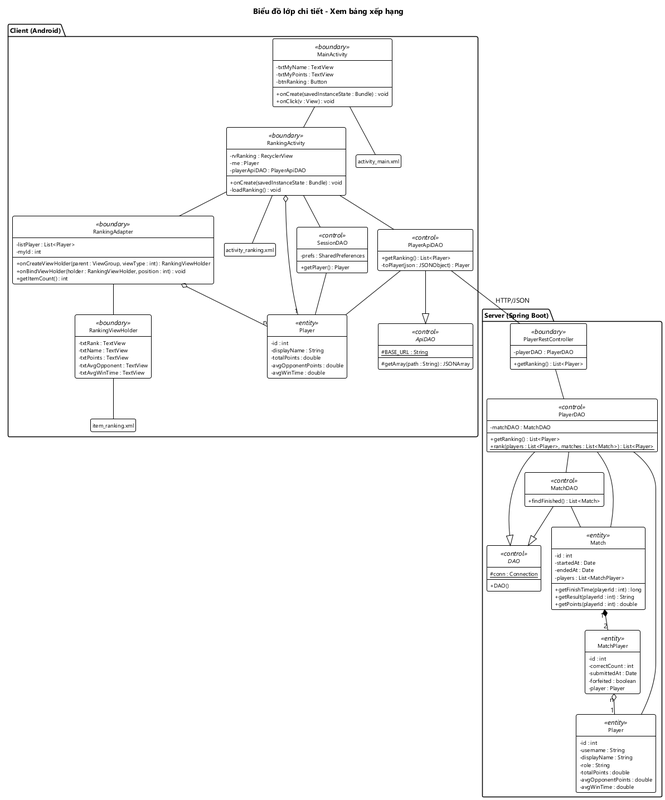
Earlier version of the PlantUML export docs/hung/lop-thiet-ke-uc04.png (HungNguyenBa1811/math-dash).
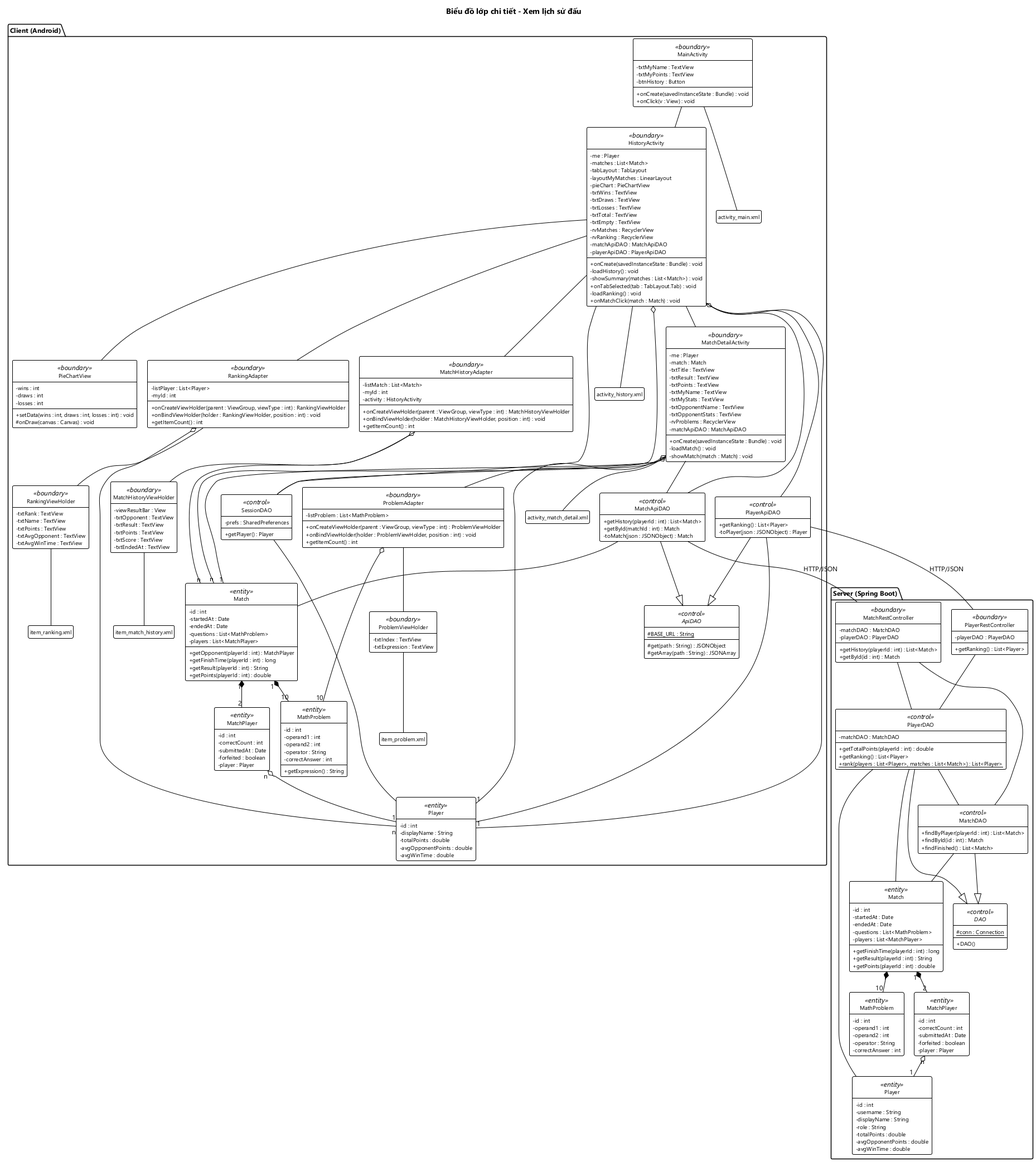
The same diagram one commit later.

The edit, as a diff of the source:
```diff
@@ -1,21 +1,59 @@
 @startuml lop-thiet-ke-uc04
 !include _theme.iuml
-title Biểu đồ lớp chi tiết - Xem bảng xếp hạng
+title Biểu đồ lớp chi tiết - Xem lịch sử đấu
 
 package "Client (Android)" {
   class MainActivity <<boundary>> {
     - txtMyName : TextView
     - txtMyPoints : TextView
-    - btnRanking : Button
+    - btnHistory : Button
     + onCreate(savedInstanceState : Bundle) : void
     + onClick(v : View) : void
   }
-  class RankingActivity <<boundary>> {
+  class HistoryActivity <<boundary>> {
+    - me : Player
+    - matches : List<Match>
+    - tabLayout : TabLayout
+    - layoutMyMatches : LinearLayout
+    - pieChart : PieChartView
+    - txtWins : TextView
+    - txtDraws : TextView
+    - txtLosses : TextView
+    - txtTotal : TextView
+    - txtEmpty : TextView
+    - rvMatches : RecyclerView
     - rvRanking : RecyclerView
-    - me : Player
+    - matchApiDAO : MatchApiDAO
     - playerApiDAO : PlayerApiDAO
     + onCreate(savedInstanceState : Bundle) : void
+    - loadHistory() : void
+    - showSummary(matches : List<Match>) : void
+    + onTabSelected(tab : TabLayout.Tab) : void
     - loadRanking() : void
+    + onMatchClick(match : Match) : void
+  }
+  class PieChartView <<boundary>> {
+    - wins : int
+    - draws : int
+    - losses : int
+    + setData(wins : int, draws : int, losses : int) : void
+    # onDraw(canvas : Canvas) : void
+  }
+  class MatchHistoryAdapter <<boundary>> {
+    - listMatch : List<Match>
+    - myId : int
+    - activity : HistoryActivity
+    + onCreateViewHolder(parent : ViewGroup, viewType : int) : MatchHistoryViewHolder
+    + onBindViewHolder(holder : MatchHistoryViewHolder, position : int) : void
+    + getItemCount() : int
+  }
+  class MatchHistoryViewHolder <<boundary>> {
+    - viewResultBar : View
+    - txtOpponent : TextView
+    - txtResult : TextView
+    - txtPoints : TextView
+    - txtScore : TextView
+    - txtEndedAt : TextView
   }
   class RankingAdapter <<boundary>> {
     - listPlayer : List<Player>
@@ -31,16 +69,51 @@
     - txtAvgOpponent : TextView
     - txtAvgWinTime : TextView
   }
+  class MatchDetailActivity <<boundary>> {
+    - me : Player
+    - match : Match
+    - txtTitle : TextView
+    - txtResult : TextView
+    - txtPoints : TextView
+    - txtMyName : TextView
+    - txtMyStats : TextView
+    - txtOpponentName : TextView
+    - txtOpponentStats : TextView
+    - rvProblems : RecyclerView
+    - matchApiDAO : MatchApiDAO
+    + onCreate(savedInstanceState : Bundle) : void
+    - loadMatch() : void
+    - showMatch(match : Match) : void
+  }
+  class ProblemAdapter <<boundary>> {
+    - listProblem : List<MathProblem>
+    + onCreateViewHolder(parent : ViewGroup, viewType : int) : ProblemViewHolder
+    + onBindViewHolder(holder : ProblemViewHolder, position : int) : void
+    + getItemCount() : int
+  }
+  class ProblemViewHolder <<boundary>> {
+    - txtIndex : TextView
+    - txtExpression : TextView
+  }
   class "activity_main.xml" as xmlMain
-  class "activity_ranking.xml" as xmlRanking
+  class "activity_history.xml" as xmlHistory
+  class "item_match_history.xml" as xmlItemMatch
   class "item_ranking.xml" as xmlItemRanking
+  class "activity_match_detail.xml" as xmlDetail
+  class "item_problem.xml" as xmlItemProblem
   class SessionDAO <<control>> {
     - prefs : SharedPreferences
     + getPlayer() : Player
   }
   abstract class ApiDAO <<control>> {
     # {static} BASE_URL : String
+    # get(path : String) : JSONObject
     # getArray(path : String) : JSONArray
+  }
+  class MatchApiDAO <<control>> {
+    + getHistory(playerId : int) : List<Match>
+    + getById(matchId : int) : Match
+    - toMatch(json : JSONObject) : Match
   }
   class PlayerApiDAO <<control>> {
     + getRanking() : List<Player>
@@ -53,39 +126,13 @@
     - avgOpponentPoints : double
     - avgWinTime : double
   }
-}
-
-package "Server (Spring Boot)" {
-  class PlayerRestController <<boundary>> {
-    - playerDAO : PlayerDAO
-    + getRanking() : List<Player>
-  }
-  abstract class "DAO" as SDAO <<control>> {
-    # {static} conn : Connection
-    + DAO()
-  }
-  class PlayerDAO <<control>> {
-    - matchDAO : MatchDAO
-    + getRanking() : List<Player>
-    + {static} rank(players : List<Player>, matches : List<Match>) : List<Player>
-  }
-  class MatchDAO <<control>> {
-    + findFinished() : List<Match>
-  }
-  class "Player" as SPlayer <<entity>> {
-    - id : int
-    - username : String
-    - displayName : String
-    - role : String
-    - totalPoints : double
-    - avgOpponentPoints : double
-    - avgWinTime : double
-  }
   class Match <<entity>> {
     - id : int
     - startedAt : Date
     - endedAt : Date
+    - questions : List<MathProblem>
     - players : List<MatchPlayer>
+    + getOpponent(playerId : int) : MatchPlayer
     + getFinishTime(playerId : int) : long
     + getResult(playerId : int) : String
     + getPoints(playerId : int) : double
@@ -97,31 +144,126 @@
     - forfeited : boolean
     - player : Player
   }
+  class MathProblem <<entity>> {
+    - id : int
+    - operand1 : int
+    - operand2 : int
+    - operator : String
+    - correctAnswer : int
+    + getExpression() : String
+  }
 }
 
-MainActivity -- RankingActivity
-RankingActivity -- RankingAdapter
+package "Server (Spring Boot)" {
+  class MatchRestController <<boundary>> {
+    - matchDAO : MatchDAO
+    - playerDAO : PlayerDAO
+    + getHistory(playerId : int) : List<Match>
+    + getById(id : int) : Match
+  }
+  class PlayerRestController <<boundary>> {
+    - playerDAO : PlayerDAO
+    + getRanking() : List<Player>
+  }
+  abstract class "DAO" as SDAO <<control>> {
+    # {static} conn : Connection
+    + DAO()
+  }
+  class MatchDAO <<control>> {
+    + findByPlayer(playerId : int) : List<Match>
+    + findById(id : int) : Match
+    + findFinished() : List<Match>
+  }
+  class PlayerDAO <<control>> {
+    - matchDAO : MatchDAO
+    + getTotalPoints(playerId : int) : double
+    + getRanking() : List<Player>
+    + {static} rank(players : List<Player>, matches : List<Match>) : List<Player>
+  }
+  class "Player" as SPlayer <<entity>> {
+    - id : int
+    - username : String
+    - displayName : String
+    - role : String
+    - totalPoints : double
+    - avgOpponentPoints : double
+    - avgWinTime : double
+  }
+  class "Match" as SMatch <<entity>> {
+    - id : int
+    - startedAt : Date
+    - endedAt : Date
+    - questions : List<MathProblem>
+    - players : List<MatchPlayer>
+    + getFinishTime(playerId : int) : long
+    + getResult(playerId : int) : String
+    + getPoints(playerId : int) : double
+  }
+  class "MatchPlayer" as SMatchPlayer <<entity>> {
+    - id : int
+    - correctCount : int
+    - submittedAt : Date
+    - forfeited : boolean
+    - player : Player
+  }
+  class "MathProblem" as SMathProblem <<entity>> {
+    - id : int
+    - operand1 : int
+    - operand2 : int
+    - operator : String
+    - correctAnswer : int
+  }
+}
+
+MainActivity -- HistoryActivity
+HistoryActivity -- MatchDetailActivity
+HistoryActivity -- PieChartView
+HistoryActivity -- MatchHistoryAdapter
+HistoryActivity -- RankingAdapter
+MatchHistoryAdapter -- MatchHistoryViewHolder
 RankingAdapter -- RankingViewHolder
+MatchDetailActivity -- ProblemAdapter
+ProblemAdapter -- ProblemViewHolder
 MainActivity -- xmlMain
-RankingActivity -- xmlRanking
+HistoryActivity -- xmlHistory
+MatchHistoryViewHolder -- xmlItemMatch
 RankingViewHolder -- xmlItemRanking
-RankingActivity o-- "1" Player
+MatchDetailActivity -- xmlDetail
+ProblemViewHolder -- xmlItemProblem
+HistoryActivity o-- "1" Player
+HistoryActivity o-- "n" Match
+MatchHistoryAdapter o-- "n" Match
 RankingAdapter o-- "n" Player
-RankingActivity -- SessionDAO
-RankingActivity -- PlayerApiDAO
+MatchDetailActivity o-- "1" Player
+MatchDetailActivity o-- "1" Match
+ProblemAdapter o-- "10" MathProblem
+HistoryActivity -- SessionDAO
+HistoryActivity -- MatchApiDAO
+HistoryActivity -- PlayerApiDAO
+MatchDetailActivity -- SessionDAO
+MatchDetailActivity -- MatchApiDAO
+MatchApiDAO --|> ApiDAO
 PlayerApiDAO --|> ApiDAO
 SessionDAO -- Player
+MatchApiDAO -- Match
 PlayerApiDAO -- Player
+Match "1" *-- "2" MatchPlayer
+Match "1" *-- "10" MathProblem
+MatchPlayer "n" o-- "1" Player
 
+MatchRestController -- MatchDAO
+MatchRestController -- PlayerDAO
 PlayerRestController -- PlayerDAO
 PlayerDAO -- MatchDAO
+MatchDAO --|> SDAO
 PlayerDAO --|> SDAO
-MatchDAO --|> SDAO
+MatchDAO -- SMatch
 PlayerDAO -- SPlayer
-PlayerDAO -- Match
-MatchDAO -- Match
-Match "1" *-- "2" MatchPlayer
-MatchPlayer "n" o-- "1" SPlayer
+PlayerDAO -- SMatch
+SMatch "1" *-- "2" SMatchPlayer
+SMatch "1" *-- "10" SMathProblem
+SMatchPlayer "n" o-- "1" SPlayer
 
+MatchApiDAO -- MatchRestController : HTTP/JSON
 PlayerApiDAO -- PlayerRestController : HTTP/JSON
 @enduml
```
